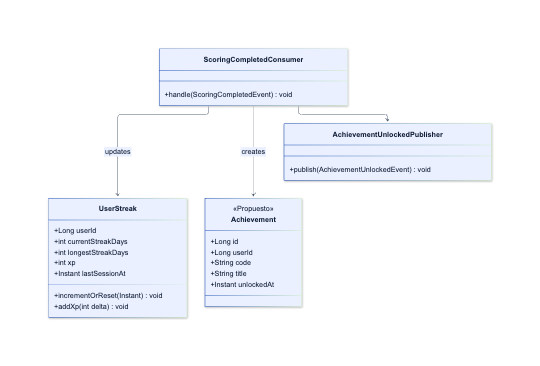
Before: assets/diagrams/tactical/07-gamification-classes.png, a diagram exported from Mermaid (upc-pre-202620-si728-16365-thropic/talki-project-report). Its source is kept beside it as assets/diagrams/tactical/07-gamification-classes.mmd.
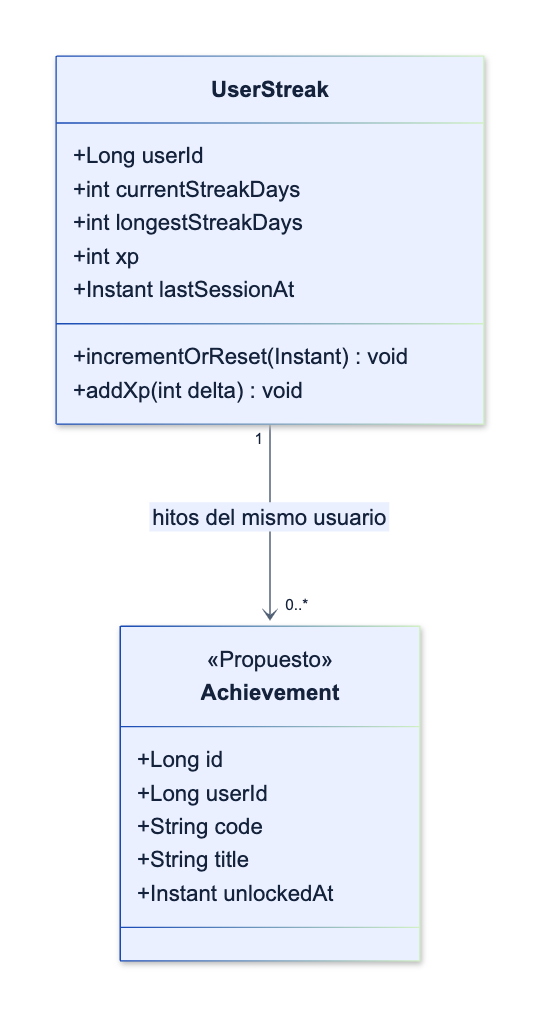
After the change.

The edit, as a diff of the source:
```diff
@@ -16,12 +16,5 @@
         +String title
         +Instant unlockedAt
     }
-    class ScoringCompletedConsumer {
-        +handle(ScoringCompletedEvent) void
-    }
-    class AchievementUnlockedPublisher {
-        +publish(AchievementUnlockedEvent) void
-    }
-    ScoringCompletedConsumer --> UserStreak : updates
-    ScoringCompletedConsumer --> Achievement : creates
-    ScoringCompletedConsumer --> AchievementUnlockedPublisher
+
+    UserStreak "1" --> "0..*" Achievement : hitos del mismo usuario
```
